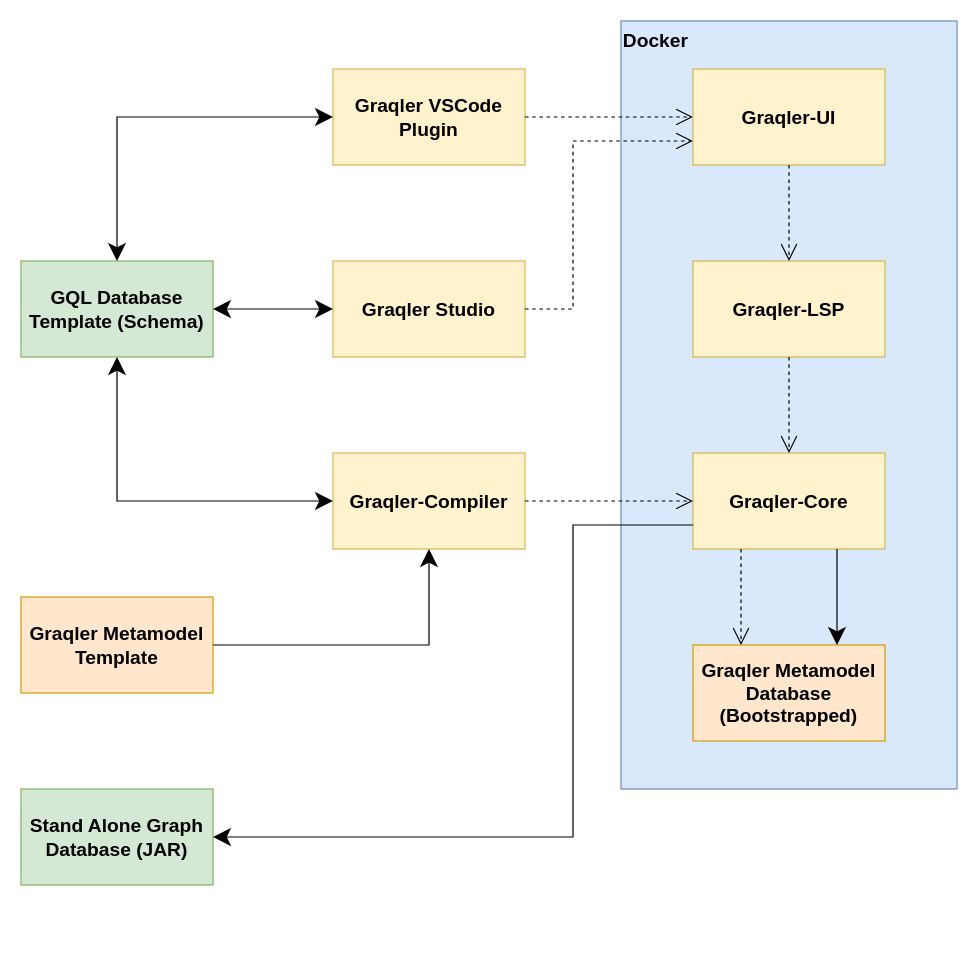
Earlier version of the draw.io diagram doc/Graqler Architecture.drawio (martin-nordberg/graqler). Source tidied: cells renumbered, new cells numbered last; positions are measured from the earlier drawing's top-left corner, leaving out a move shared by most shapes. Both pictures are drawn from the tidied source at 120%, with x=0, y=0 at pixel (20, 20).
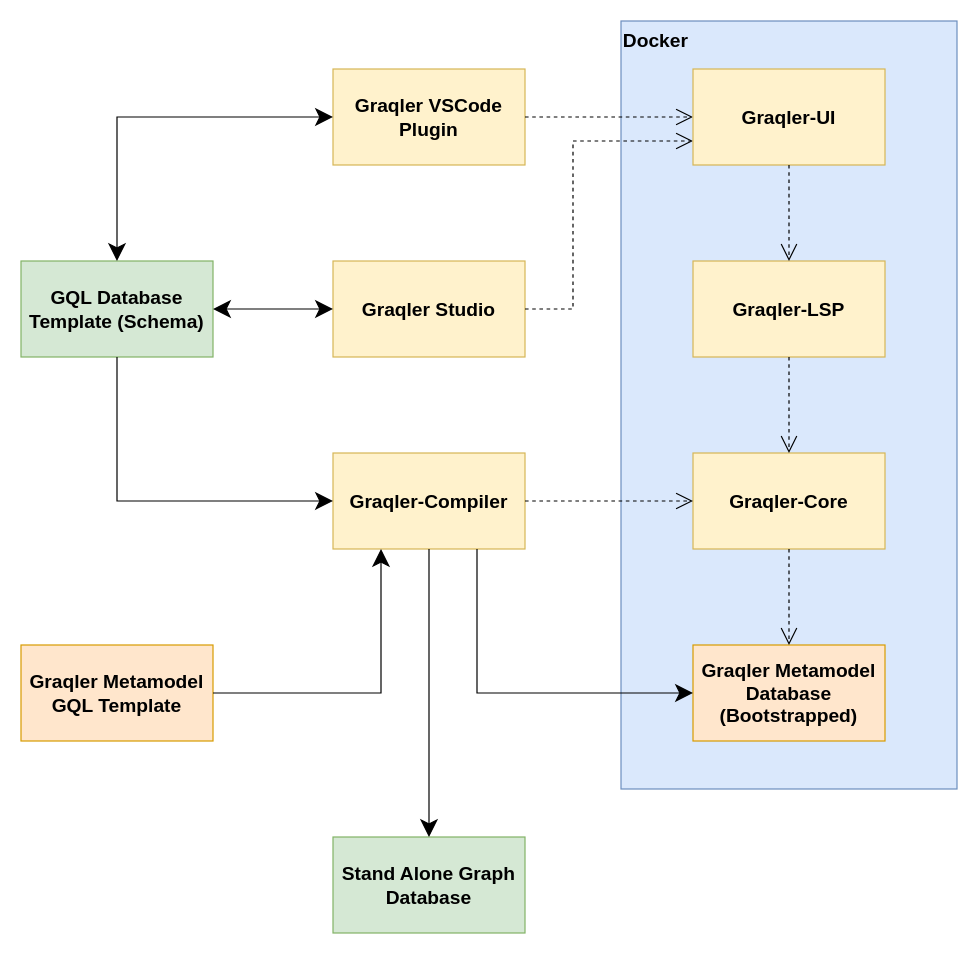
The same page after the edit.

Unchanged cells that the change refers to:
```xml
<mxCell id="5" value="Graqler-Core" style="rounded=0;whiteSpace=wrap;html=1;fillColor=#fff2cc;strokeColor=#d6b656;fontSize=16;fontStyle=1;" parent="1" vertex="1">
  <mxGeometry x="560" y="360" width="160" height="80" as="geometry" />
</mxCell>
<mxCell id="6" value="Graqler-Compiler" style="rounded=0;whiteSpace=wrap;html=1;fillColor=#fff2cc;strokeColor=#d6b656;fontSize=16;fontStyle=1;" parent="1" vertex="1">
  <mxGeometry x="260" y="360" width="160" height="80" as="geometry" />
</mxCell>
<mxCell id="11" value="GQL Database Template (Schema)" style="rounded=0;whiteSpace=wrap;html=1;fillColor=#d5e8d4;strokeColor=#82b366;fontSize=16;fontStyle=1;" parent="1" vertex="1">
  <mxGeometry y="200" width="160" height="80" as="geometry" />
</mxCell>
<mxCell id="21" value="Graqler Metamodel Database&lt;br&gt;(Bootstrapped)" style="rounded=0;whiteSpace=wrap;html=1;fillColor=#ffe6cc;strokeColor=#d79b00;fontSize=16;fontStyle=1;" parent="1" vertex="1">
  <mxGeometry x="560" y="520" width="160" height="80" as="geometry" />
</mxCell>
```

The edit, as a diff of the source:
```diff
@@
-    <mxCell id="10" value="Stand Alone Graph Database (JAR)" style="rounded=0;whiteSpace=wrap;html=1;fillColor=#d5e8d4;strokeColor=#82b366;fontSize=16;fontStyle=1;" parent="1" vertex="1">
-      <mxGeometry y="640" width="160" height="80" as="geometry" />
+    <mxCell id="10" value="Stand Alone Graph Database" style="rounded=0;whiteSpace=wrap;html=1;fillColor=#d5e8d4;strokeColor=#82b366;fontSize=16;fontStyle=1;" parent="1" vertex="1">
+      <mxGeometry x="260" y="680" width="160" height="80" as="geometry" />
     </mxCell>
@@
-    <mxCell id="12" style="endArrow=classic;html=1;rounded=0;exitX=0;exitY=0.75;exitDx=0;exitDy=0;entryX=1;entryY=0.5;entryDx=0;entryDy=0;endSize=12;startSize=12;" parent="1" edge="1" source="5" target="10">
-      <mxGeometry relative="1" as="geometry">
-        <Array as="points">
-          <mxPoint x="460" y="420" />
-          <mxPoint x="460" y="680" />
-        </Array>
-      </mxGeometry>
+    <mxCell id="12" style="endArrow=classic;html=1;rounded=0;exitX=0.5;exitY=1;exitDx=0;exitDy=0;endSize=12;startSize=12;entryX=0.5;entryY=0;entryDx=0;entryDy=0;" parent="1" edge="1" source="6" target="10">
+      <mxGeometry relative="1" as="geometry" />
     </mxCell>
-    <mxCell id="13" style="endArrow=classic;html=1;rounded=0;exitX=0.5;exitY=1;exitDx=0;exitDy=0;entryX=0;entryY=0.5;entryDx=0;entryDy=0;endSize=12;startSize=12;startArrow=classic;startFill=1;" parent="1" edge="1" source="11" target="6">
+    <mxCell id="13" style="endArrow=classic;html=1;rounded=0;exitX=0.5;exitY=1;exitDx=0;exitDy=0;entryX=0;entryY=0.5;entryDx=0;entryDy=0;endSize=12;startSize=12;startArrow=none;startFill=0;" parent="1" edge="1" source="11" target="6">
       <mxGeometry relative="1" as="geometry">
         <Array as="points">
           <mxPoint x="80" y="400" />
         </Array>
       </mxGeometry>
     </mxCell>
@@
-    <mxCell id="20" value="Graqler Metamodel Template" style="rounded=0;whiteSpace=wrap;html=1;fillColor=#ffe6cc;strokeColor=#d79b00;fontSize=16;fontStyle=1;" parent="1" vertex="1">
-      <mxGeometry y="480" width="160" height="80" as="geometry" />
+    <mxCell id="20" value="Graqler Metamodel GQL Template" style="rounded=0;whiteSpace=wrap;html=1;fillColor=#ffe6cc;strokeColor=#d79b00;fontSize=16;fontStyle=1;" parent="1" vertex="1">
+      <mxGeometry y="520" width="160" height="80" as="geometry" />
     </mxCell>
@@
-    <mxCell id="22" style="endArrow=open;dashed=1;html=1;rounded=0;exitX=0.25;exitY=1;exitDx=0;exitDy=0;endFill=0;endSize=12;startSize=12;entryX=0.25;entryY=0;entryDx=0;entryDy=0;" parent="1" edge="1" source="5" target="21">
+    <mxCell id="22" style="endArrow=open;dashed=1;html=1;rounded=0;exitX=0.5;exitY=1;exitDx=0;exitDy=0;endFill=0;endSize=12;startSize=12;entryX=0.5;entryY=0;entryDx=0;entryDy=0;" parent="1" edge="1" source="5" target="21">
       <mxGeometry relative="1" as="geometry" />
     </mxCell>
-    <mxCell id="23" style="endArrow=classic;html=1;rounded=0;exitX=0.75;exitY=1;exitDx=0;exitDy=0;entryX=0.75;entryY=0;entryDx=0;entryDy=0;endSize=12;startSize=12;" parent="1" edge="1" source="5" target="21">
-      <mxGeometry relative="1" as="geometry" />
+    <mxCell id="23" style="endArrow=classic;html=1;rounded=0;exitX=0.75;exitY=1;exitDx=0;exitDy=0;entryX=0;entryY=0.5;entryDx=0;entryDy=0;endSize=12;startSize=12;" parent="1" edge="1" source="6" target="21">
+      <mxGeometry relative="1" as="geometry">
+        <Array as="points">
+          <mxPoint x="380" y="560" />
+        </Array>
+      </mxGeometry>
     </mxCell>
-    <mxCell id="24" style="endArrow=classic;html=1;rounded=0;exitX=1;exitY=0.5;exitDx=0;exitDy=0;entryX=0.5;entryY=1;entryDx=0;entryDy=0;endSize=12;startSize=12;" parent="1" edge="1" source="20" target="6">
+    <mxCell id="24" style="endArrow=classic;html=1;rounded=0;exitX=1;exitY=0.5;exitDx=0;exitDy=0;entryX=0.25;entryY=1;entryDx=0;entryDy=0;endSize=12;startSize=12;" parent="1" edge="1" source="20" target="6">
       <mxGeometry relative="1" as="geometry">
         <Array as="points">
-          <mxPoint x="340" y="520" />
+          <mxPoint x="300" y="560" />
         </Array>
       </mxGeometry>
     </mxCell>
```
